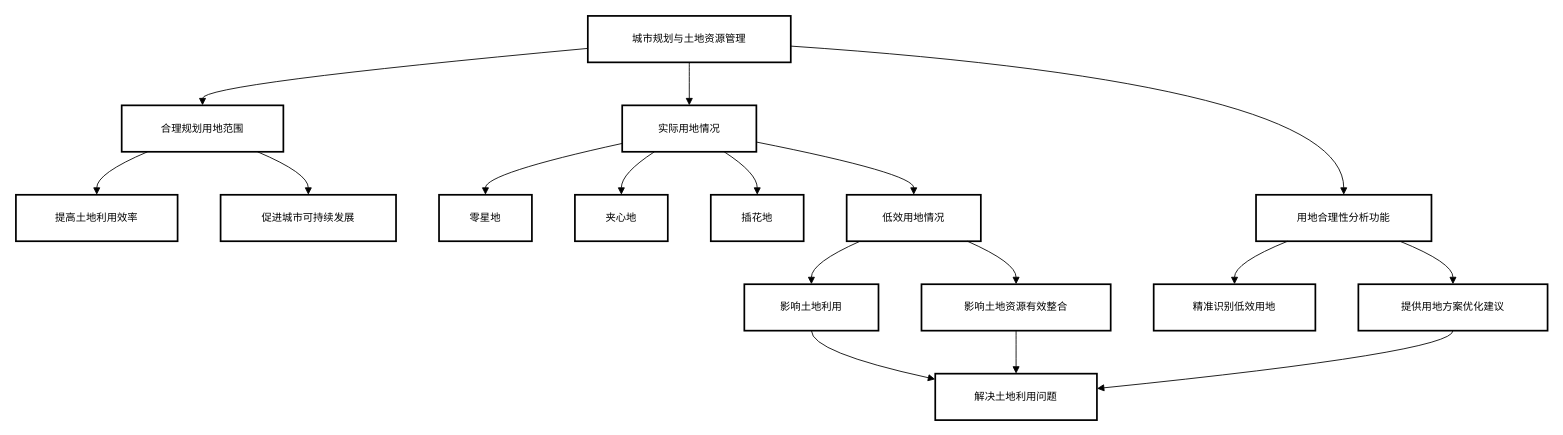
Earlier version of the draw.io diagram 20250415/用地合理性分析.drawio (wangslsl/drawio). Source tidied: cells renumbered, new cells numbered last; positions are measured from the earlier drawing's top-left corner, leaving out a move shared by most shapes. Both pictures are drawn from the tidied source at 86%, with x=0, y=0 at pixel (15, 15).
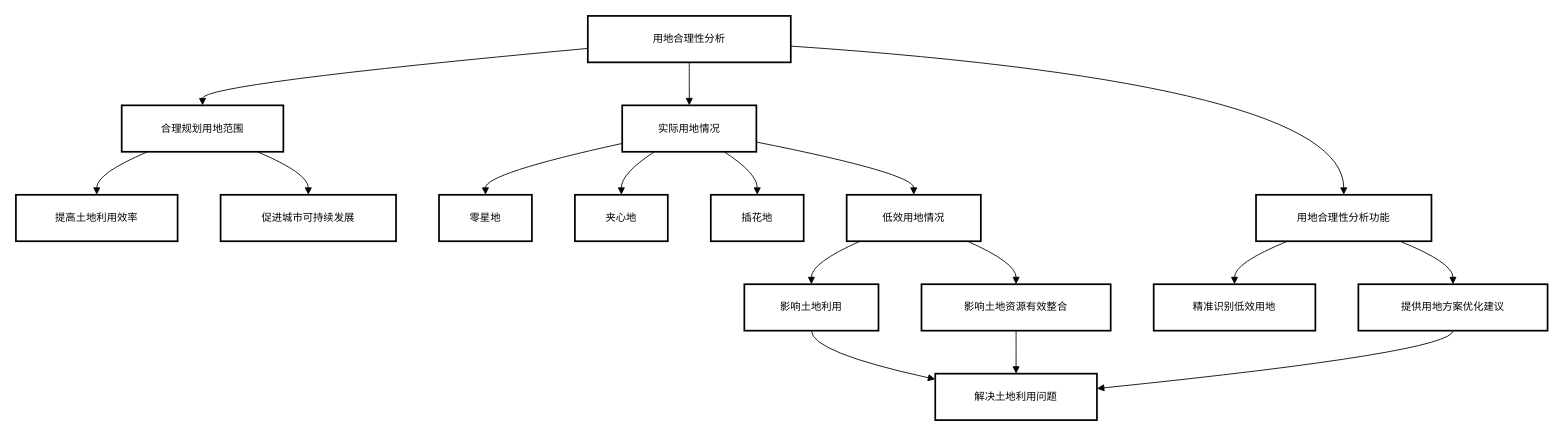
The same page after the edit.

Commit message:
更新用地合理性分析.drawio

Diff of the diagram source:
```diff
@@
-    <mxCell id="2" value="城市规划与土地资源管理" style="whiteSpace=wrap;strokeWidth=2;" parent="1" vertex="1">
+    <mxCell id="2" value="用地合理性分析" style="whiteSpace=wrap;strokeWidth=2;" parent="1" vertex="1">
       <mxGeometry x="665" width="236" height="54" as="geometry" />
     </mxCell>
```
